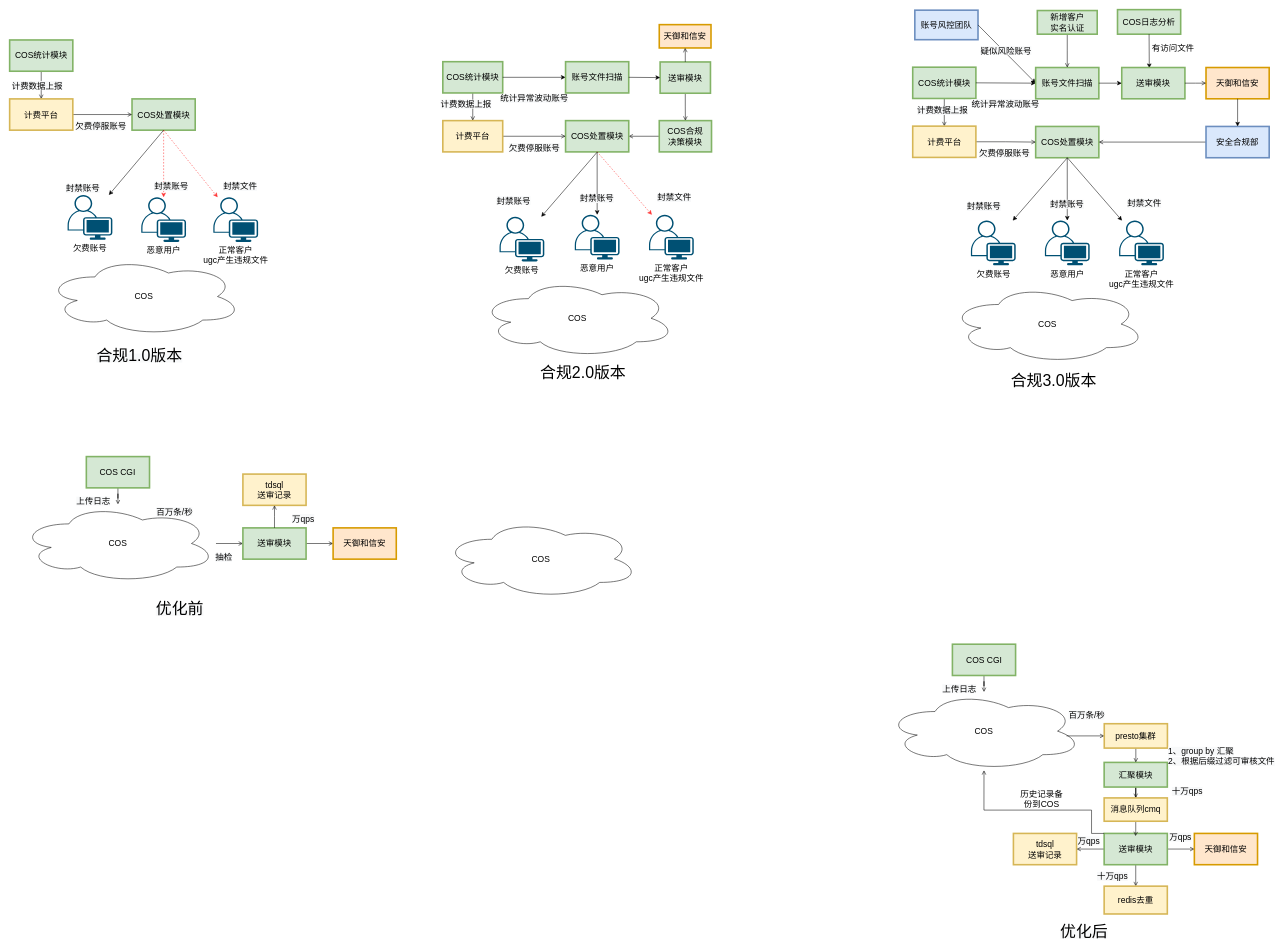
Above: page "合规" (7 of 7) of Untitled Diagram.drawio in wangnan8791/document (draw.io), before the change. Source tidied: cells renumbered, new cells numbered last; positions are measured from the earlier drawing's top-left corner, leaving out a move shared by most shapes. Both pictures are drawn from the tidied source at 53%, with x=0, y=0 at pixel (10, 10).
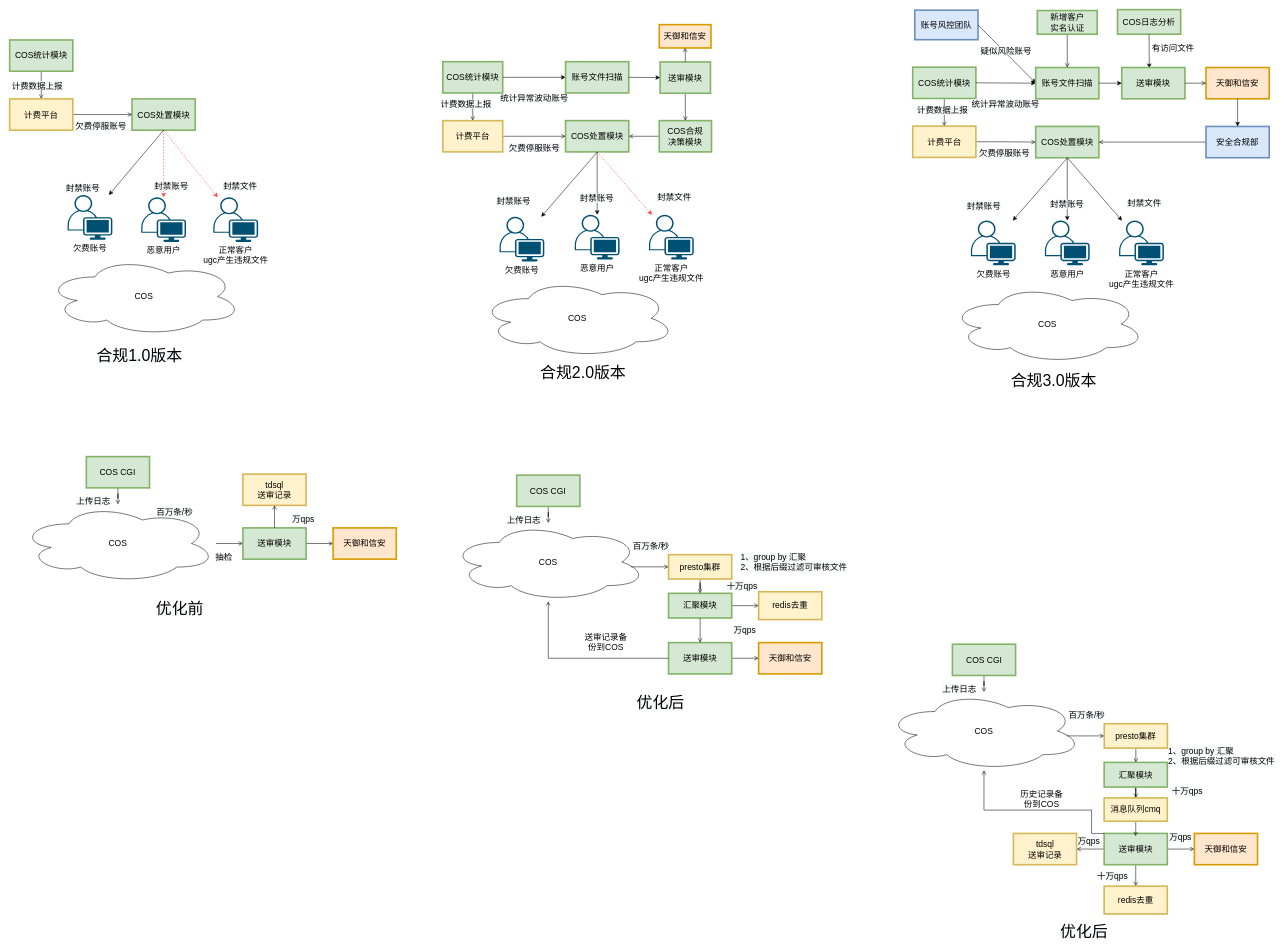
Above is the later version.

The edit, as a diff of the source:
```diff
@@
-    <mxCell id="83" value="COS" style="ellipse;shape=cloud;whiteSpace=wrap;html=1;align=center;shadow=0;glass=0;sketch=0;strokeColor=#000000;strokeWidth=1;fillColor=none;gradientColor=none;fontSize=16;" parent="1" vertex="1">
-      <mxGeometry x="817" y="962" width="370" height="148" as="geometry" />
-    </mxCell>
@@
+    <mxCell id="128" style="edgeStyle=orthogonalEdgeStyle;rounded=0;jettySize=auto;html=1;startArrow=none;startFill=0;endArrow=open;endFill=0;strokeColor=#000000;fontSize=16;exitX=0.921;exitY=0.561;exitDx=0;exitDy=0;exitPerimeter=0;entryX=0;entryY=0.5;entryDx=0;entryDy=0;" parent="1" edge="1" source="83" target="139">
+      <mxGeometry relative="1" as="geometry" />
+    </mxCell>
+    <mxCell id="83" value="COS" style="ellipse;shape=cloud;whiteSpace=wrap;html=1;align=center;shadow=0;glass=0;sketch=0;strokeColor=#000000;strokeWidth=1;fillColor=none;gradientColor=none;fontSize=16;" parent="1" vertex="1">
+      <mxGeometry x="831" y="968" width="370" height="148" as="geometry" />
+    </mxCell>
+    <mxCell id="129" style="edgeStyle=orthogonalEdgeStyle;rounded=0;jettySize=auto;html=1;startArrow=none;startFill=0;endArrow=open;endFill=0;strokeColor=#000000;fontSize=16;entryX=0;entryY=0.5;entryDx=0;entryDy=0;exitX=1;exitY=0.5;exitDx=0;exitDy=0;" parent="1" edge="1" source="137" target="146">
+      <mxGeometry relative="1" as="geometry" />
+    </mxCell>
+    <mxCell id="130" style="edgeStyle=orthogonalEdgeStyle;rounded=0;jettySize=auto;html=1;startArrow=none;startFill=0;endArrow=open;endFill=0;strokeColor=#000000;fontSize=16;" parent="1" edge="1" source="131" target="134">
+      <mxGeometry relative="1" as="geometry" />
+    </mxCell>
+    <mxCell id="131" value="送审模块" style="rounded=0;whiteSpace=wrap;html=1;shadow=0;glass=0;sketch=0;strokeColor=#82b366;strokeWidth=3;fillColor=#d5e8d4;fontSize=16;" parent="1" vertex="1">
+      <mxGeometry x="1242.9" y="1194" width="119.2" height="59" as="geometry" />
+    </mxCell>
+    <mxCell id="132" style="edgeStyle=orthogonalEdgeStyle;rounded=0;jettySize=auto;html=1;startArrow=none;startFill=0;endArrow=open;endFill=0;fontSize=16;" parent="1" edge="1" source="133" target="83">
+      <mxGeometry relative="1" as="geometry" />
+    </mxCell>
+    <mxCell id="133" value="COS CGI" style="rounded=0;whiteSpace=wrap;html=1;shadow=0;glass=0;sketch=0;strokeColor=#82b366;strokeWidth=3;fillColor=#d5e8d4;fontSize=16;" parent="1" vertex="1">
+      <mxGeometry x="956.4" y="878" width="119.2" height="59" as="geometry" />
+    </mxCell>
+    <mxCell id="134" value="天御和信安" style="rounded=0;whiteSpace=wrap;html=1;shadow=0;glass=0;sketch=0;strokeColor=#d79b00;strokeWidth=3;fillColor=#ffe6cc;fontSize=16;" parent="1" vertex="1">
+      <mxGeometry x="1412.9" y="1194" width="119.2" height="59" as="geometry" />
+    </mxCell>
+    <mxCell id="135" value="&lt;span style=&quot;color: rgb(0 , 0 , 0) ; font-family: &amp;#34;helvetica&amp;#34; ; font-size: 16px ; font-style: normal ; font-weight: 400 ; letter-spacing: normal ; text-align: center ; text-indent: 0px ; text-transform: none ; word-spacing: 0px ; background-color: rgb(248 , 249 , 250) ; display: inline ; float: none&quot;&gt;百万条/秒&lt;/span&gt;" style="text;whiteSpace=wrap;html=1;fontSize=16;" parent="1" vertex="1">
+      <mxGeometry x="1173.9" y="996" width="88" height="33" as="geometry" />
+    </mxCell>
+    <mxCell id="136" value="&lt;span style=&quot;color: rgb(0 , 0 , 0) ; font-family: &amp;#34;helvetica&amp;#34; ; font-size: 16px ; font-style: normal ; font-weight: 400 ; letter-spacing: normal ; text-align: center ; text-indent: 0px ; text-transform: none ; word-spacing: 0px ; background-color: rgb(248 , 249 , 250) ; display: inline ; float: none&quot;&gt;上传日志&lt;/span&gt;" style="text;whiteSpace=wrap;html=1;fontSize=16;" parent="1" vertex="1">
+      <mxGeometry x="935.6" y="946" width="88" height="33" as="geometry" />
+    </mxCell>
+    <mxCell id="137" value="汇聚模块" style="rounded=0;whiteSpace=wrap;html=1;shadow=0;glass=0;sketch=0;strokeColor=#82b366;strokeWidth=3;fillColor=#d5e8d4;fontSize=16;" parent="1" vertex="1">
+      <mxGeometry x="1242.9" y="1101" width="119.2" height="46.5" as="geometry" />
+    </mxCell>
+    <mxCell id="138" style="edgeStyle=orthogonalEdgeStyle;rounded=0;jettySize=auto;html=1;startArrow=none;startFill=0;endArrow=open;endFill=0;strokeColor=#000000;fontSize=16;entryX=0.5;entryY=0;entryDx=0;entryDy=0;" parent="1" edge="1" source="139" target="137">
+      <mxGeometry relative="1" as="geometry" />
+    </mxCell>
+    <mxCell id="139" value="presto集群" style="rounded=0;whiteSpace=wrap;html=1;shadow=0;glass=0;sketch=0;strokeColor=#d6b656;strokeWidth=3;fillColor=#fff2cc;fontSize=16;" parent="1" vertex="1">
+      <mxGeometry x="1242.9" y="1028" width="119.2" height="46" as="geometry" />
+    </mxCell>
+    <mxCell id="140" value="&lt;span style=&quot;color: rgb(0 , 0 , 0) ; font-family: &amp;#34;helvetica&amp;#34; ; font-size: 16px ; font-style: normal ; font-weight: 400 ; letter-spacing: normal ; text-align: center ; text-indent: 0px ; text-transform: none ; word-spacing: 0px ; background-color: rgb(248 , 249 , 250) ; display: inline ; float: none&quot;&gt;1、group by 汇聚&lt;br&gt;2、根据后缀过滤可审核文件&lt;br&gt;&lt;/span&gt;" style="text;whiteSpace=wrap;html=1;fontSize=16;" parent="1" vertex="1">
+      <mxGeometry x="1377" y="1017" width="205.9" height="33" as="geometry" />
+    </mxCell>
+    <mxCell id="141" style="edgeStyle=orthogonalEdgeStyle;rounded=0;jettySize=auto;html=1;startArrow=none;startFill=0;endArrow=open;endFill=0;strokeColor=#000000;fontSize=16;exitX=0;exitY=0.5;exitDx=0;exitDy=0;" parent="1" edge="1" source="131" target="83">
+      <mxGeometry relative="1" as="geometry">
+        <Array as="points">
+          <mxPoint x="1016" y="1224" />
+        </Array>
+      </mxGeometry>
+    </mxCell>
+    <mxCell id="142" style="edgeStyle=orthogonalEdgeStyle;rounded=0;jettySize=auto;html=1;startArrow=none;startFill=0;endArrow=open;endFill=0;strokeColor=#000000;fontSize=16;" parent="1" edge="1" source="137" target="131">
+      <mxGeometry relative="1" as="geometry" />
+    </mxCell>
+    <mxCell id="143" value="&lt;span style=&quot;color: rgb(0 , 0 , 0) ; font-family: &amp;#34;helvetica&amp;#34; ; font-size: 16px ; font-style: normal ; font-weight: 400 ; letter-spacing: normal ; text-align: center ; text-indent: 0px ; text-transform: none ; word-spacing: 0px ; background-color: rgb(248 , 249 , 250) ; display: inline ; float: none&quot;&gt;十万qps&lt;/span&gt;" style="text;whiteSpace=wrap;html=1;fontSize=16;" parent="1" vertex="1">
+      <mxGeometry x="1351" y="1071" width="66" height="33" as="geometry" />
+    </mxCell>
+    <mxCell id="144" value="&lt;div style=&quot;text-align: center&quot;&gt;&lt;span&gt;&lt;font face=&quot;helvetica&quot;&gt;送审记录备份到COS&lt;/font&gt;&lt;/span&gt;&lt;/div&gt;" style="text;whiteSpace=wrap;html=1;fontSize=16;" parent="1" vertex="1">
+      <mxGeometry x="1075.6" y="1168" width="96" height="33" as="geometry" />
+    </mxCell>
+    <mxCell id="145" value="&lt;span style=&quot;color: rgb(0 , 0 , 0) ; font-family: &amp;#34;helvetica&amp;#34; ; font-style: normal ; font-weight: 400 ; letter-spacing: normal ; text-align: center ; text-indent: 0px ; text-transform: none ; word-spacing: 0px ; background-color: rgb(248 , 249 , 250) ; display: inline ; float: none&quot;&gt;&lt;font style=&quot;font-size: 30px&quot;&gt;优化后&lt;/font&gt;&lt;/span&gt;" style="text;whiteSpace=wrap;html=1;fontSize=16;" parent="1" vertex="1">
+      <mxGeometry x="1180.9" y="1282" width="109.6" height="33" as="geometry" />
+    </mxCell>
+    <mxCell id="146" value="redis去重" style="rounded=0;whiteSpace=wrap;html=1;shadow=0;glass=0;sketch=0;strokeColor=#d6b656;strokeWidth=3;fillColor=#fff2cc;fontSize=16;" parent="1" vertex="1">
+      <mxGeometry x="1412.9" y="1098" width="119.2" height="52.5" as="geometry" />
+    </mxCell>
+    <mxCell id="147" value="&lt;span style=&quot;color: rgb(0 , 0 , 0) ; font-family: &amp;#34;helvetica&amp;#34; ; font-size: 16px ; font-style: normal ; font-weight: 400 ; letter-spacing: normal ; text-align: center ; text-indent: 0px ; text-transform: none ; word-spacing: 0px ; background-color: rgb(248 , 249 , 250) ; display: inline ; float: none&quot;&gt;万qps&lt;/span&gt;" style="text;whiteSpace=wrap;html=1;fontSize=16;" parent="1" vertex="1">
+      <mxGeometry x="1364.2" y="1155" width="66" height="33" as="geometry" />
+    </mxCell>
```
